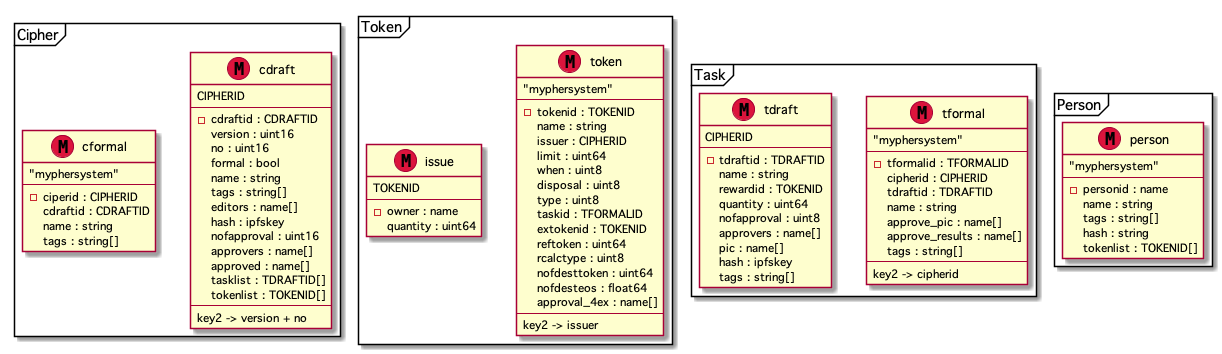
The PlantUML diagram doc/data_structure.png in mypher/mypher, before a commit.
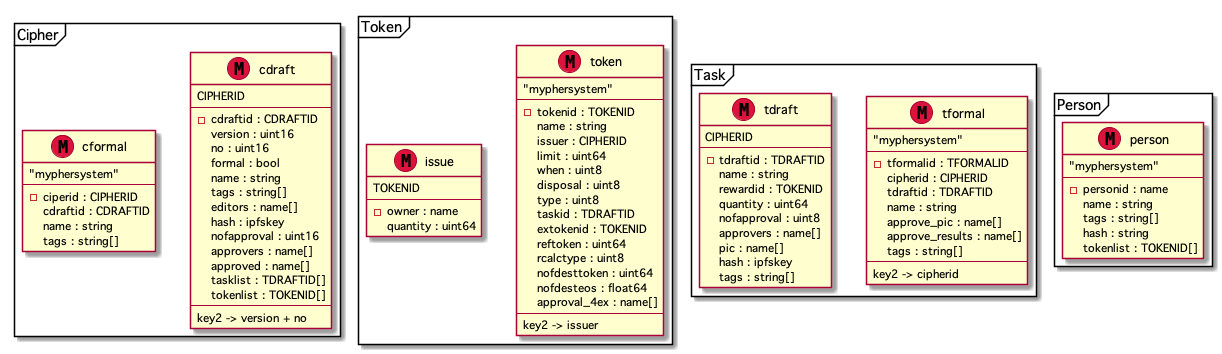
Later version of the same file.

What changed in the source:
```diff
@@ -44,7 +44,7 @@
 		when : uint8
 		disposal : uint8
 		type : uint8
-		taskid : TFORMALID
+		taskid : TDRAFTID
 		extokenid : TOKENID
 		reftoken : uint64
 		rcalctype : uint8
```
